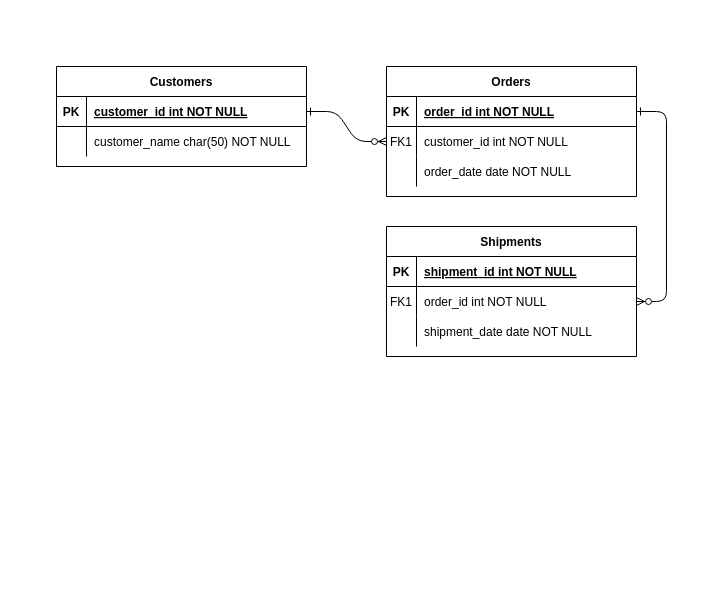
Above: Task Sistem Basis Data.drawio in Muhammad-Fiqri/Tugas-Sistem-Basis-Data-1- (draw.io), before the change. Source tidied: cells renumbered, new cells numbered last; positions are measured from the earlier drawing's top-left corner, leaving out a move shared by most shapes. Both pictures are drawn from the tidied source at 100%, with x=0, y=0 at pixel (56, 66).
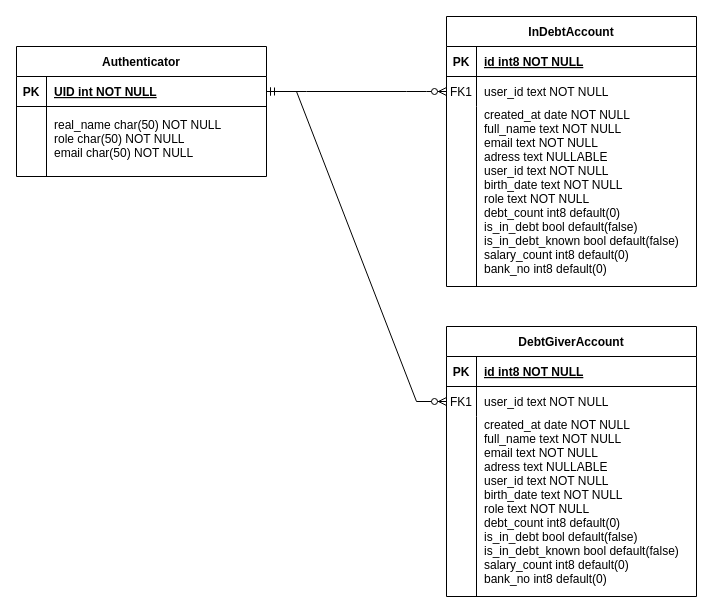
The same page after the edit.

Unchanged cells that the change refers to:
```xml
<mxCell id="5" style="shape=partialRectangle;fillColor=none;points=[[0,0.5],[1,0.5]];portConstraint=eastwest;top=0;left=0;right=0;bottom=1;" parent="4" vertex="1">
  <mxGeometry y="30" width="250" height="30" as="geometry" />
</mxCell>
<mxCell id="8" style="shape=partialRectangle;fillColor=none;points=[[0,0.5],[1,0.5]];portConstraint=eastwest;top=0;left=0;right=0;bottom=0;" parent="4" vertex="1">
  <mxGeometry y="60" width="250" height="30" as="geometry" />
</mxCell>
<mxCell id="15" style="shape=partialRectangle;fillColor=none;top=0;left=0;right=0;bottom=1;" parent="14" vertex="1">
  <mxGeometry y="30" width="250" height="30" as="geometry" />
</mxCell>
<mxCell id="18" style="shape=partialRectangle;fillColor=none;points=[[0,0.5],[1,0.5]];portConstraint=eastwest;top=0;left=0;right=0;bottom=0;" parent="14" vertex="1">
  <mxGeometry y="60" width="250" height="30" as="geometry" />
</mxCell>
<mxCell id="25" style="shape=partialRectangle;fillColor=none;points=[[0,0.5],[1,0.5]];portConstraint=eastwest;top=0;left=0;right=0;bottom=1;" parent="24" vertex="1">
  <mxGeometry y="30" width="250" height="30" as="geometry" />
</mxCell>
```

The edit, as a diff of the source:
```diff
@@
-    <mxCell id="3" style="edgeStyle=entityRelationEdgeStyle;endArrow=ERzeroToMany;startArrow=ERone;endFill=1;startFill=0;" parent="1" edge="1" source="5" target="18">
-      <mxGeometry relative="1" as="geometry" />
-    </mxCell>
-    <mxCell id="4" value="Orders" style="shape=table;startSize=30;childLayout=tableLayout;rowLines=0;fontStyle=1;align=center;" parent="1" vertex="1">
-      <mxGeometry x="330" width="250" height="130" as="geometry" />
+    <mxCell id="4" value="InDebtAccount" style="shape=table;startSize=30;childLayout=tableLayout;rowLines=0;fontStyle=1;align=center;" parent="1" vertex="1">
+      <mxGeometry x="390" y="-50" width="250" height="270" as="geometry" />
     </mxCell>
@@
-    <mxCell id="7" value="order_id int NOT NULL " style="shape=partialRectangle;overflow=hidden;fillColor=none;top=0;left=0;bottom=0;right=0;align=left;spacingLeft=6;fontStyle=5;" parent="5" vertex="1">
+    <mxCell id="7" value="id int8 NOT NULL " style="shape=partialRectangle;overflow=hidden;fillColor=none;top=0;left=0;bottom=0;right=0;align=left;spacingLeft=6;fontStyle=5;" parent="5" vertex="1">
       <mxGeometry x="30" width="220" height="30" as="geometry" />
     </mxCell>
@@
-    <mxCell id="10" value="customer_id int NOT NULL" style="shape=partialRectangle;overflow=hidden;fillColor=none;top=0;left=0;bottom=0;right=0;align=left;spacingLeft=6;" parent="8" vertex="1">
+    <mxCell id="10" value="user_id text NOT NULL" style="shape=partialRectangle;overflow=hidden;fillColor=none;top=0;left=0;bottom=0;right=0;align=left;spacingLeft=6;" parent="8" vertex="1">
       <mxGeometry x="30" width="220" height="30" as="geometry" />
     </mxCell>
     <mxCell id="11" style="shape=partialRectangle;fillColor=none;top=0;left=0;right=0;bottom=0;" parent="4" vertex="1">
-      <mxGeometry y="90" width="250" height="30" as="geometry" />
+      <mxGeometry y="90" width="250" height="180" as="geometry" />
     </mxCell>
     <mxCell id="12" style="shape=partialRectangle;overflow=hidden;fillColor=none;top=0;left=0;bottom=0;right=0;" parent="11" vertex="1">
-      <mxGeometry width="30" height="30" as="geometry" />
+      <mxGeometry width="30" height="180" as="geometry" />
     </mxCell>
-    <mxCell id="13" value="order_date date NOT NULL" style="shape=partialRectangle;overflow=hidden;fillColor=none;top=0;left=0;bottom=0;right=0;align=left;spacingLeft=6;" parent="11" vertex="1">
-      <mxGeometry x="30" width="220" height="30" as="geometry" />
+    <mxCell id="13" value="created_at date NOT NULL&#10;full_name text NOT NULL&#10;email text NOT NULL&#10;adress text NULLABLE&#10;user_id text NOT NULL&#10;birth_date text NOT NULL&#10;role text NOT NULL&#10;debt_count int8 default(0)&#10;is_in_debt bool default(false)&#10;is_in_debt_known bool default(false)&#10;salary_count int8 default(0)&#10;bank_no int8 default(0)&#10;" style="shape=partialRectangle;overflow=hidden;fillColor=none;top=0;left=0;bottom=0;right=0;align=left;spacingLeft=6;" parent="11" vertex="1">
+      <mxGeometry x="30" width="220" height="180" as="geometry" />
     </mxCell>
-    <mxCell id="14" value="Shipments" style="shape=table;startSize=30;childLayout=tableLayout;rowLines=0;fontStyle=1;align=center;" parent="1" vertex="1">
-      <mxGeometry x="330" y="160" width="250" height="130" as="geometry" />
+    <mxCell id="14" value="DebtGiverAccount" style="shape=table;startSize=30;childLayout=tableLayout;rowLines=0;fontStyle=1;align=center;" parent="1" vertex="1">
+      <mxGeometry x="390" y="260" width="250" height="270" as="geometry" />
     </mxCell>
@@
-    <mxCell id="17" value="shipment_id int NOT NULL " style="shape=partialRectangle;overflow=hidden;fillColor=none;top=0;left=0;bottom=0;right=0;align=left;spacingLeft=6;fontStyle=5;" parent="15" vertex="1">
+    <mxCell id="17" value="id int8 NOT NULL " style="shape=partialRectangle;overflow=hidden;fillColor=none;top=0;left=0;bottom=0;right=0;align=left;spacingLeft=6;fontStyle=5;" parent="15" vertex="1">
       <mxGeometry x="30" width="220" height="30" as="geometry" />
     </mxCell>
@@
-    <mxCell id="20" value="order_id int NOT NULL" style="shape=partialRectangle;overflow=hidden;fillColor=none;top=0;left=0;bottom=0;right=0;align=left;spacingLeft=6;" parent="18" vertex="1">
+    <mxCell id="20" value="user_id text NOT NULL" style="shape=partialRectangle;overflow=hidden;fillColor=none;top=0;left=0;bottom=0;right=0;align=left;spacingLeft=6;" parent="18" vertex="1">
       <mxGeometry x="30" width="220" height="30" as="geometry" />
     </mxCell>
     <mxCell id="21" style="shape=partialRectangle;fillColor=none;top=0;left=0;right=0;bottom=0;" parent="14" vertex="1">
-      <mxGeometry y="90" width="250" height="30" as="geometry" />
+      <mxGeometry y="90" width="250" height="180" as="geometry" />
     </mxCell>
     <mxCell id="22" style="shape=partialRectangle;overflow=hidden;fillColor=none;top=0;left=0;bottom=0;right=0;" parent="21" vertex="1">
-      <mxGeometry width="30" height="30" as="geometry" />
+      <mxGeometry width="30" height="180" as="geometry" />
     </mxCell>
-    <mxCell id="23" value="shipment_date date NOT NULL" style="shape=partialRectangle;overflow=hidden;fillColor=none;top=0;left=0;bottom=0;right=0;align=left;spacingLeft=6;" parent="21" vertex="1">
-      <mxGeometry x="30" width="220" height="30" as="geometry" />
+    <mxCell id="23" value="created_at date NOT NULL&#10;full_name text NOT NULL&#10;email text NOT NULL&#10;adress text NULLABLE&#10;user_id text NOT NULL&#10;birth_date text NOT NULL&#10;role text NOT NULL&#10;debt_count int8 default(0)&#10;is_in_debt bool default(false)&#10;is_in_debt_known bool default(false)&#10;salary_count int8 default(0)&#10;bank_no int8 default(0)&#10;&#10;&#10;" style="shape=partialRectangle;overflow=hidden;fillColor=none;top=0;left=0;bottom=0;right=0;align=left;spacingLeft=6;" parent="21" vertex="1">
+      <mxGeometry x="30" width="220" height="180" as="geometry" />
     </mxCell>
-    <mxCell id="24" value="Customers" style="shape=table;startSize=30;childLayout=tableLayout;rowLines=0;fontStyle=1;align=center;" parent="1" vertex="1">
-      <mxGeometry width="250" height="100" as="geometry" />
+    <mxCell id="24" value="Authenticator" style="shape=table;startSize=30;childLayout=tableLayout;rowLines=0;fontStyle=1;align=center;" parent="1" vertex="1">
+      <mxGeometry x="-40" y="-20" width="250" height="130" as="geometry" />
     </mxCell>
@@
-    <mxCell id="27" value="customer_id int NOT NULL " style="shape=partialRectangle;overflow=hidden;fillColor=none;top=0;left=0;bottom=0;right=0;align=left;spacingLeft=6;fontStyle=5;" parent="25" vertex="1">
+    <mxCell id="27" value="UID int NOT NULL " style="shape=partialRectangle;overflow=hidden;fillColor=none;top=0;left=0;bottom=0;right=0;align=left;spacingLeft=6;fontStyle=5;" parent="25" vertex="1">
       <mxGeometry x="30" width="220" height="30" as="geometry" />
     </mxCell>
     <mxCell id="28" style="shape=partialRectangle;fillColor=none;top=0;left=0;right=0;bottom=0;" parent="24" vertex="1">
-      <mxGeometry y="60" width="250" height="30" as="geometry" />
+      <mxGeometry y="60" width="250" height="70" as="geometry" />
     </mxCell>
     <mxCell id="29" style="shape=partialRectangle;overflow=hidden;fillColor=none;top=0;left=0;bottom=0;right=0;" parent="28" vertex="1">
-      <mxGeometry width="30" height="30" as="geometry" />
+      <mxGeometry width="30" height="70" as="geometry" />
     </mxCell>
-    <mxCell id="30" value="customer_name char(50) NOT NULL" style="shape=partialRectangle;overflow=hidden;fillColor=none;top=0;left=0;bottom=0;right=0;align=left;spacingLeft=6;" parent="28" vertex="1">
-      <mxGeometry x="30" width="220" height="30" as="geometry" />
+    <mxCell id="30" value="real_name char(50) NOT NULL&#10;role char(50) NOT NULL&#10;email char(50) NOT NULL&#10;" style="shape=partialRectangle;overflow=hidden;fillColor=none;top=0;left=0;bottom=0;right=0;align=left;spacingLeft=6;verticalAlign=bottom;" parent="28" vertex="1">
+      <mxGeometry x="30" width="220" height="70" as="geometry" />
     </mxCell>
+    <mxCell id="31" style="edgeStyle=entityRelationEdgeStyle;fontSize=12;html=1;endArrow=ERzeroToMany;startArrow=ERmandOne;rounded=0;exitX=1;exitY=0.5;exitDx=0;exitDy=0;entryX=0;entryY=0.5;entryDx=0;entryDy=0;" parent="1" edge="1" source="25" target="18">
+      <mxGeometry relative="1" as="geometry">
+        <Array as="points">
+          <mxPoint x="250" y="270" />
+        </Array>
+      </mxGeometry>
+    </mxCell>
```
